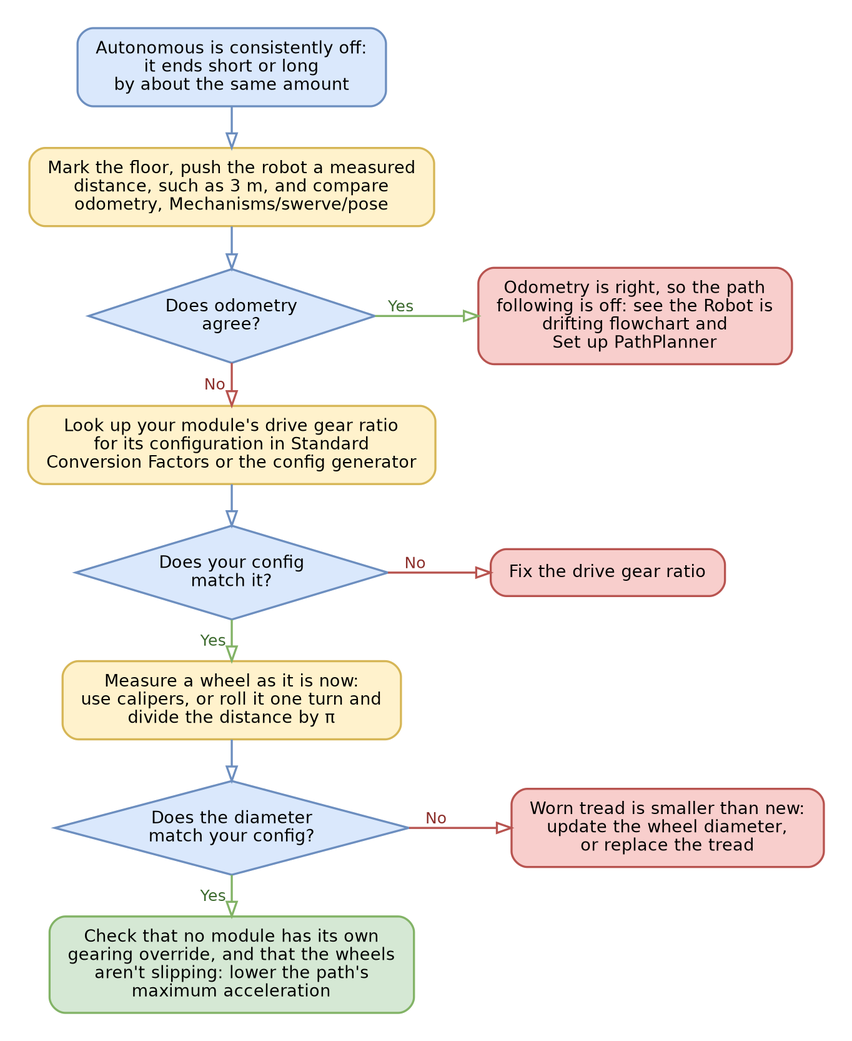
This is .gitbook/assets/yagsl-flowchart-auto.png from Yet-Another-Software-Suite/YAGSL-gitbook, a Graphviz export, as it was before one commit. Its source is kept beside it as .gitbook/assets/yagsl-flowchart-auto.dot.
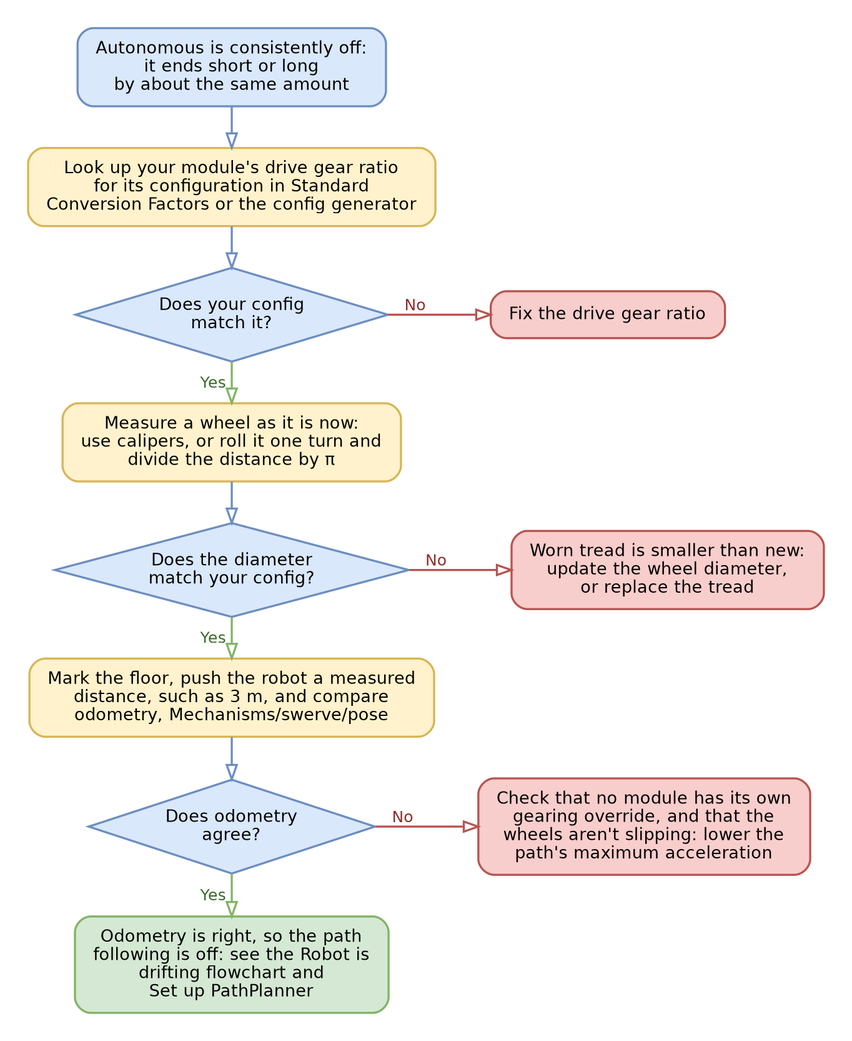
Later version of the same file.

The edit, as a diff of the source:
```diff
@@ -4,27 +4,27 @@
   edge  [fontname="DejaVu Sans", fontsize=12, penwidth=1.6, arrowhead=onormal, arrowsize=1.1];
   graph [nodesep=1.1];
   s [label="Autonomous is consistently off:\nit ends short or long\nby about the same amount", shape=box, style="rounded,filled", fillcolor="#dae8fc", color="#6c8ebf"];
-  h1 [label="Mark the floor, push the robot a measured\ndistance, such as 3 m, and compare\nodometry, Mechanisms/swerve/pose", shape=box, style="rounded,filled", fillcolor="#fff2cc", color="#d6b656"];
-  q1 [label="Does odometry\nagree?", shape=diamond, style=filled, fillcolor="#dae8fc", color="#6c8ebf", margin="0.05,0.05"];
-  f1 [label="Odometry is right, so the path\nfollowing is off: see the Robot is\ndrifting flowchart and\nSet up PathPlanner", shape=box, style="rounded,filled", fillcolor="#f8cecc", color="#b85450"];
+  h1 [label="Look up your module's drive gear ratio\nfor its configuration in Standard\nConversion Factors or the config generator", shape=box, style="rounded,filled", fillcolor="#fff2cc", color="#d6b656"];
+  q1 [label="Does your config\nmatch it?", shape=diamond, style=filled, fillcolor="#dae8fc", color="#6c8ebf", margin="0.05,0.05"];
+  f1 [label="Fix the drive gear ratio", shape=box, style="rounded,filled", fillcolor="#f8cecc", color="#b85450"];
   {rank=same; q1; f1;}
   s -> h1 [color="#6c8ebf", weight=10];
   h1 -> q1 [color="#6c8ebf", weight=10];
-  q1 -> f1 [xlabel=" Yes ", color="#82b366", fontcolor="#3d6b2f"];
-  q1 -> h2 [xlabel=" No ", color="#b85450", fontcolor="#8c2f2b", weight=10];
-  h2 [label="Look up your module's drive gear ratio\nfor its configuration in Standard\nConversion Factors or the config generator", shape=box, style="rounded,filled", fillcolor="#fff2cc", color="#d6b656"];
-  q2 [label="Does your config\nmatch it?", shape=diamond, style=filled, fillcolor="#dae8fc", color="#6c8ebf", margin="0.05,0.05"];
-  f2 [label="Fix the drive gear ratio", shape=box, style="rounded,filled", fillcolor="#f8cecc", color="#b85450"];
+  q1 -> f1 [xlabel=" No ", color="#b85450", fontcolor="#8c2f2b"];
+  q1 -> h2 [xlabel=" Yes ", color="#82b366", fontcolor="#3d6b2f", weight=10];
+  h2 [label="Measure a wheel as it is now:\nuse calipers, or roll it one turn and\ndivide the distance by π", shape=box, style="rounded,filled", fillcolor="#fff2cc", color="#d6b656"];
+  q2 [label="Does the diameter\nmatch your config?", shape=diamond, style=filled, fillcolor="#dae8fc", color="#6c8ebf", margin="0.05,0.05"];
+  f2 [label="Worn tread is smaller than new:\nupdate the wheel diameter,\nor replace the tread", shape=box, style="rounded,filled", fillcolor="#f8cecc", color="#b85450"];
   {rank=same; q2; f2;}
   h2 -> q2 [color="#6c8ebf", weight=10];
   q2 -> f2 [xlabel=" No ", color="#b85450", fontcolor="#8c2f2b"];
   q2 -> h3 [xlabel=" Yes ", color="#82b366", fontcolor="#3d6b2f", weight=10];
-  h3 [label="Measure a wheel as it is now:\nuse calipers, or roll it one turn and\ndivide the distance by π", shape=box, style="rounded,filled", fillcolor="#fff2cc", color="#d6b656"];
-  q3 [label="Does the diameter\nmatch your config?", shape=diamond, style=filled, fillcolor="#dae8fc", color="#6c8ebf", margin="0.05,0.05"];
-  f3 [label="Worn tread is smaller than new:\nupdate the wheel diameter,\nor replace the tread", shape=box, style="rounded,filled", fillcolor="#f8cecc", color="#b85450"];
+  h3 [label="Mark the floor, push the robot a measured\ndistance, such as 3 m, and compare\nodometry, Mechanisms/swerve/pose", shape=box, style="rounded,filled", fillcolor="#fff2cc", color="#d6b656"];
+  q3 [label="Does odometry\nagree?", shape=diamond, style=filled, fillcolor="#dae8fc", color="#6c8ebf", margin="0.05,0.05"];
+  f3 [label="Check that no module has its own\ngearing override, and that the\nwheels aren't slipping: lower the\npath's maximum acceleration", shape=box, style="rounded,filled", fillcolor="#f8cecc", color="#b85450"];
   {rank=same; q3; f3;}
   h3 -> q3 [color="#6c8ebf", weight=10];
   q3 -> f3 [xlabel=" No ", color="#b85450", fontcolor="#8c2f2b"];
   q3 -> d [xlabel=" Yes ", color="#82b366", fontcolor="#3d6b2f", weight=10];
-  d [label="Check that no module has its own\ngearing override, and that the wheels\naren't slipping: lower the path's\nmaximum acceleration", shape=box, style="rounded,filled", fillcolor="#d5e8d4", color="#82b366"];
+  d [label="Odometry is right, so the path\nfollowing is off: see the Robot is\ndrifting flowchart and\nSet up PathPlanner", shape=box, style="rounded,filled", fillcolor="#d5e8d4", color="#82b366"];
 }
```
